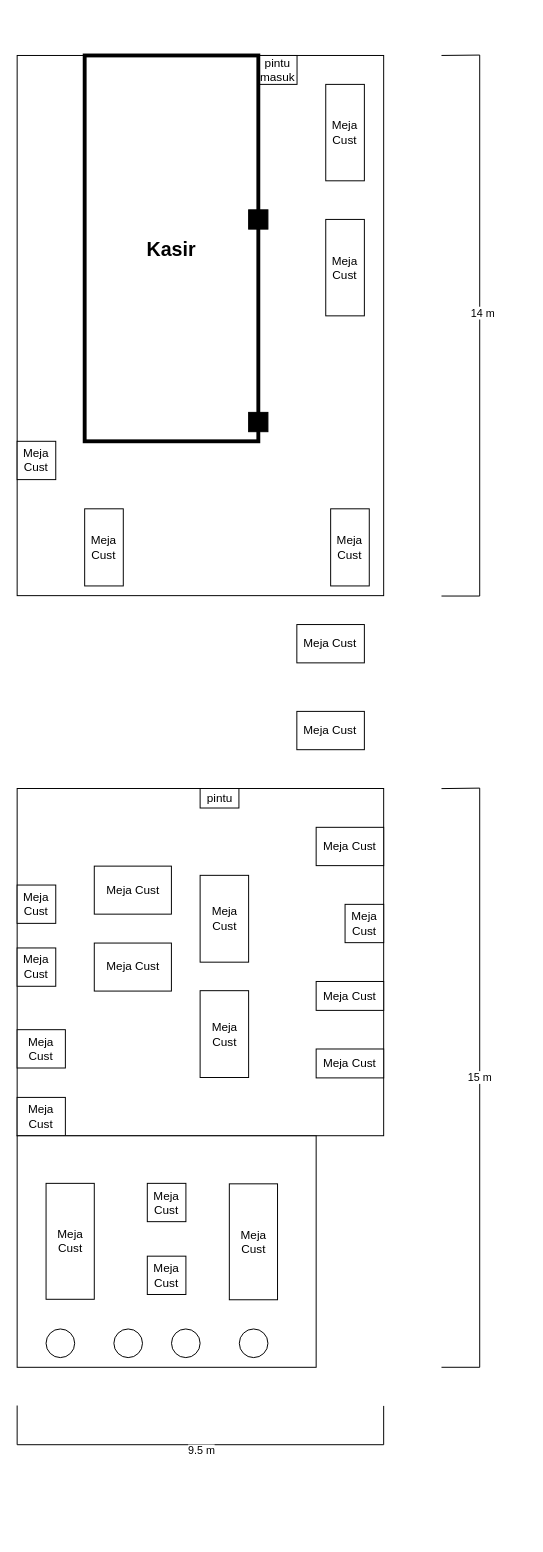
This is page "Majapahit" (3 of 3) of Denah Antarakata Trilogy.drawio from hnkzf/topologi-site, a draw.io file, before an edit. Source tidied: cells renumbered, new cells numbered last; positions are measured from the earlier drawing's top-left corner, leaving out a move shared by most shapes. Both pictures are drawn from the tidied source at 98%, with x=0, y=0 at pixel (17, 55).
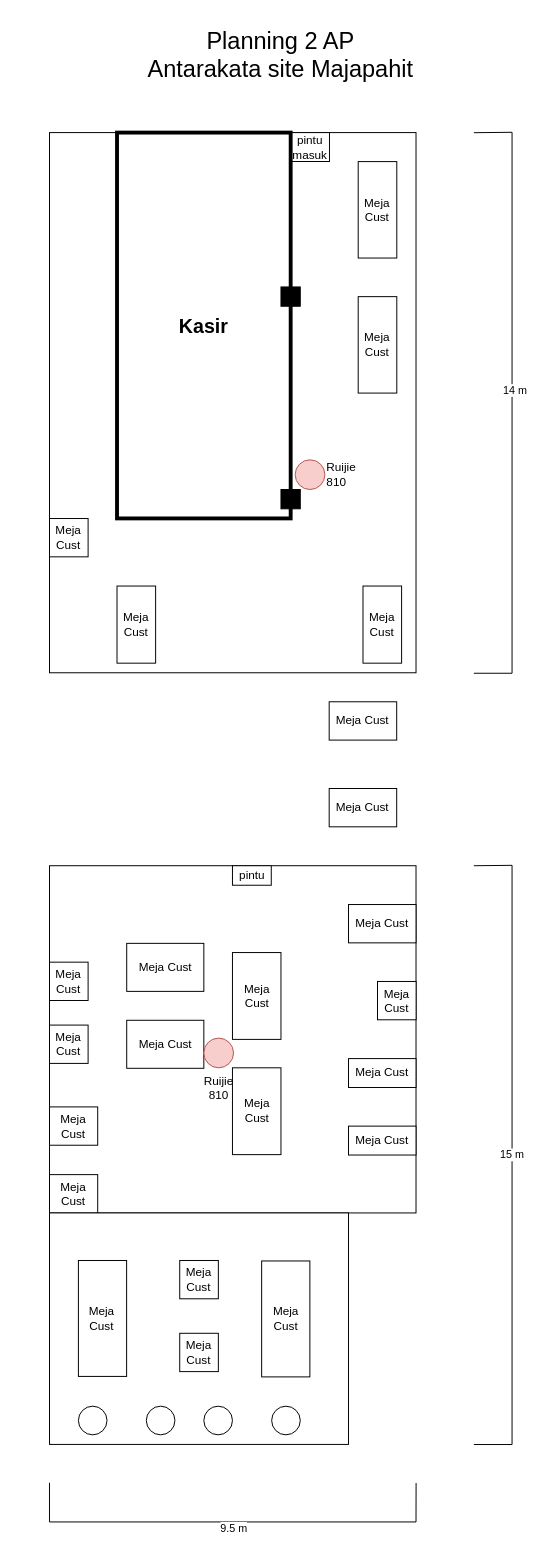
The same diagram, later.

Change to the diagram source:
```diff
@@
     <mxCell id="2" style="rounded=0;whiteSpace=wrap;html=1;" parent="1" vertex="1">
-      <mxGeometry y="0.1" width="374" height="551.2" as="geometry" />
+      <mxGeometry x="33" y="78.8" width="374" height="551.2" as="geometry" />
     </mxCell>
     <mxCell id="3" value="Meja&lt;div&gt;Cust&lt;/div&gt;" style="rounded=0;whiteSpace=wrap;html=1;" parent="1" vertex="1">
-      <mxGeometry x="314.9" y="29.6" width="39.4" height="98.4" as="geometry" />
+      <mxGeometry x="348" y="108.4" width="39.4" height="98.4" as="geometry" />
     </mxCell>
     <mxCell id="4" value="Meja Cust" style="rounded=0;whiteSpace=wrap;html=1;" parent="1" vertex="1">
-      <mxGeometry x="68.9" y="462.7" width="39.4" height="78.7" as="geometry" />
+      <mxGeometry x="101.9" y="541.5" width="39.4" height="78.7" as="geometry" />
     </mxCell>
     <mxCell id="5" style="rounded=0;whiteSpace=wrap;html=1;" parent="1" vertex="1">
-      <mxGeometry y="748.1" width="374" height="354.3" as="geometry" />
+      <mxGeometry x="33" y="826.9" width="374" height="354.3" as="geometry" />
     </mxCell>
     <mxCell id="6" value="Meja&lt;div&gt;Cust&lt;/div&gt;" style="rounded=0;whiteSpace=wrap;html=1;" parent="1" vertex="1">
-      <mxGeometry y="994.2" width="49.2" height="39.1" as="geometry" />
+      <mxGeometry x="33" y="1073" width="49.2" height="39.1" as="geometry" />
     </mxCell>
     <mxCell id="7" value="Meja&lt;div&gt;Cust&lt;/div&gt;" style="rounded=0;whiteSpace=wrap;html=1;" parent="1" vertex="1">
-      <mxGeometry y="1063.3" width="49.2" height="39.1" as="geometry" />
+      <mxGeometry x="33" y="1142.1" width="49.2" height="39.1" as="geometry" />
     </mxCell>
     <mxCell id="8" style="whiteSpace=wrap;html=1;" parent="1" vertex="1">
-      <mxGeometry y="1102.5" width="305.1" height="236.2" as="geometry" />
+      <mxGeometry x="33" y="1181.2" width="305.1" height="236.2" as="geometry" />
     </mxCell>
     <mxCell id="9" style="ellipse;whiteSpace=wrap;html=1;" parent="1" vertex="1">
-      <mxGeometry x="226.7" y="1299.6" width="29.2" height="29.2" as="geometry" />
+      <mxGeometry x="259.7" y="1378.4" width="29.2" height="29.2" as="geometry" />
     </mxCell>
     <mxCell id="10" style="ellipse;whiteSpace=wrap;html=1;" parent="1" vertex="1">
-      <mxGeometry x="157.5" y="1299.6" width="29.2" height="29.2" as="geometry" />
+      <mxGeometry x="190.5" y="1378.4" width="29.2" height="29.2" as="geometry" />
     </mxCell>
     <mxCell id="11" style="ellipse;whiteSpace=wrap;html=1;" parent="1" vertex="1">
-      <mxGeometry x="98.7" y="1299.6" width="29.2" height="29.2" as="geometry" />
+      <mxGeometry x="131.8" y="1378.4" width="29.2" height="29.2" as="geometry" />
     </mxCell>
     <mxCell id="12" style="ellipse;whiteSpace=wrap;html=1;" parent="1" vertex="1">
-      <mxGeometry x="29.5" y="1299.6" width="29.2" height="29.2" as="geometry" />
+      <mxGeometry x="62.5" y="1378.4" width="29.2" height="29.2" as="geometry" />
     </mxCell>
     <mxCell id="13" value="pintu" style="rounded=0;whiteSpace=wrap;html=1;" parent="1" vertex="1">
-      <mxGeometry x="186.7" y="748.1" width="39.6" height="19.9" as="geometry" />
+      <mxGeometry x="219.7" y="826.9" width="39.6" height="19.9" as="geometry" />
     </mxCell>
     <mxCell id="14" value="Meja Cust" style="rounded=0;whiteSpace=wrap;html=1;" parent="1" vertex="1">
-      <mxGeometry x="285.4" y="580.8" width="68.9" height="39.1" as="geometry" />
+      <mxGeometry x="318.4" y="659.6" width="68.9" height="39.1" as="geometry" />
     </mxCell>
     <mxCell id="15" value="Meja&lt;div&gt;Cust&lt;/div&gt;" style="rounded=0;whiteSpace=wrap;html=1;" parent="1" vertex="1">
-      <mxGeometry x="314.9" y="167.4" width="39.4" height="98.4" as="geometry" />
+      <mxGeometry x="348" y="246.2" width="39.4" height="98.4" as="geometry" />
     </mxCell>
     <mxCell id="16" value="Meja Cust" style="rounded=0;whiteSpace=wrap;html=1;" parent="1" vertex="1">
-      <mxGeometry x="319.9" y="462.7" width="39.4" height="78.7" as="geometry" />
+      <mxGeometry x="352.9" y="541.5" width="39.4" height="78.7" as="geometry" />
     </mxCell>
     <mxCell id="17" value="Meja Cust" style="rounded=0;whiteSpace=wrap;html=1;" parent="1" vertex="1">
-      <mxGeometry x="285.4" y="669.4" width="68.9" height="39.1" as="geometry" />
+      <mxGeometry x="318.4" y="748.1" width="68.9" height="39.1" as="geometry" />
     </mxCell>
     <mxCell id="18" value="Meja Cust" style="rounded=0;whiteSpace=wrap;html=1;" parent="1" vertex="1">
-      <mxGeometry x="305.1" y="787.7" width="68.9" height="39.1" as="geometry" />
+      <mxGeometry x="338.1" y="866.5" width="68.9" height="39.1" as="geometry" />
     </mxCell>
     <mxCell id="19" value="Meja Cust" style="rounded=0;whiteSpace=wrap;html=1;" parent="1" vertex="1">
-      <mxGeometry x="305.1" y="945" width="68.9" height="29.5" as="geometry" />
+      <mxGeometry x="338.1" y="1023.7" width="68.9" height="29.5" as="geometry" />
     </mxCell>
     <mxCell id="20" value="Meja Cust" style="rounded=0;whiteSpace=wrap;html=1;" parent="1" vertex="1">
-      <mxGeometry x="305.1" y="1013.9" width="68.9" height="29.5" as="geometry" />
+      <mxGeometry x="338.1" y="1092.6" width="68.9" height="29.5" as="geometry" />
     </mxCell>
     <mxCell id="21" value="Meja Cust" style="rounded=0;whiteSpace=wrap;html=1;" parent="1" vertex="1">
-      <mxGeometry x="78.7" y="827.3" width="78.7" height="49" as="geometry" />
+      <mxGeometry x="111.8" y="906.1" width="78.7" height="49" as="geometry" />
     </mxCell>
     <mxCell id="22" value="Meja Cust" style="rounded=0;whiteSpace=wrap;html=1;" parent="1" vertex="1">
-      <mxGeometry x="78.7" y="905.8" width="78.7" height="49" as="geometry" />
+      <mxGeometry x="111.8" y="984.6" width="78.7" height="49" as="geometry" />
     </mxCell>
     <mxCell id="23" value="Meja Cust" style="rounded=0;whiteSpace=wrap;html=1;" parent="1" vertex="1">
-      <mxGeometry x="186.7" y="836.7" width="49.5" height="88.6" as="geometry" />
+      <mxGeometry x="219.7" y="915.5" width="49.5" height="88.6" as="geometry" />
     </mxCell>
     <mxCell id="24" value="Meja Cust" style="rounded=0;whiteSpace=wrap;html=1;" parent="1" vertex="1">
-      <mxGeometry x="216.5" y="1151.5" width="49.2" height="118.3" as="geometry" />
+      <mxGeometry x="249.5" y="1230.2" width="49.2" height="118.3" as="geometry" />
     </mxCell>
     <mxCell id="25" value="Meja Cust" style="rounded=0;whiteSpace=wrap;html=1;" parent="1" vertex="1">
-      <mxGeometry x="186.7" y="954.4" width="49.5" height="88.6" as="geometry" />
+      <mxGeometry x="219.7" y="1033.1" width="49.5" height="88.6" as="geometry" />
     </mxCell>
     <mxCell id="26" value="Meja&lt;div&gt;Cust&lt;/div&gt;" style="rounded=0;whiteSpace=wrap;html=1;" parent="1" vertex="1">
-      <mxGeometry y="910.8" width="39.4" height="39.1" as="geometry" />
+      <mxGeometry x="33" y="989.5" width="39.4" height="39.1" as="geometry" />
     </mxCell>
     <mxCell id="27" value="Meja&lt;div&gt;Cust&lt;/div&gt;" style="rounded=0;whiteSpace=wrap;html=1;" parent="1" vertex="1">
-      <mxGeometry x="334.6" y="866.3" width="39.4" height="39.1" as="geometry" />
+      <mxGeometry x="367.7" y="945" width="39.4" height="39.1" as="geometry" />
     </mxCell>
     <mxCell id="28" value="Meja Cust" style="rounded=0;whiteSpace=wrap;html=1;" parent="1" vertex="1">
-      <mxGeometry x="29.5" y="1151" width="49.2" height="118.3" as="geometry" />
+      <mxGeometry x="62.5" y="1229.7" width="49.2" height="118.3" as="geometry" />
     </mxCell>
     <mxCell id="29" value="Meja&lt;div&gt;Cust&lt;/div&gt;" style="rounded=0;whiteSpace=wrap;html=1;" parent="1" vertex="1">
-      <mxGeometry x="132.8" y="1151" width="39.4" height="39.1" as="geometry" />
+      <mxGeometry x="165.9" y="1229.7" width="39.4" height="39.1" as="geometry" />
     </mxCell>
     <mxCell id="30" value="Meja&lt;div&gt;Cust&lt;/div&gt;" style="rounded=0;whiteSpace=wrap;html=1;" parent="1" vertex="1">
-      <mxGeometry x="132.8" y="1225.3" width="39.4" height="39.1" as="geometry" />
+      <mxGeometry x="165.9" y="1304" width="39.4" height="39.1" as="geometry" />
     </mxCell>
     <mxCell id="31" value="Meja&lt;div&gt;Cust&lt;/div&gt;" style="rounded=0;whiteSpace=wrap;html=1;" parent="1" vertex="1">
-      <mxGeometry y="846.6" width="39.4" height="39.1" as="geometry" />
+      <mxGeometry x="33" y="925.3" width="39.4" height="39.1" as="geometry" />
     </mxCell>
     <mxCell id="32" value="Meja&lt;div&gt;Cust&lt;/div&gt;" style="rounded=0;whiteSpace=wrap;html=1;" parent="1" vertex="1">
-      <mxGeometry y="393.8" width="39.4" height="39.1" as="geometry" />
+      <mxGeometry x="33" y="472.6" width="39.4" height="39.1" as="geometry" />
     </mxCell>
     <mxCell id="33" style="rounded=0;whiteSpace=wrap;html=1;fillStyle=solid;fillColor=#000000;" parent="1" vertex="1">
-      <mxGeometry x="236.2" y="364.3" width="19.7" height="19.7" as="geometry" />
+      <mxGeometry x="269.2" y="443" width="19.7" height="19.7" as="geometry" />
     </mxCell>
     <mxCell id="34" style="rounded=0;whiteSpace=wrap;html=1;fillStyle=solid;fillColor=#000000;" parent="1" vertex="1">
-      <mxGeometry x="236.2" y="157.6" width="19.7" height="19.7" as="geometry" />
+      <mxGeometry x="269.2" y="236.3" width="19.7" height="19.7" as="geometry" />
     </mxCell>
     <mxCell id="35" style="endArrow=none;html=1;rounded=0;" parent="1" edge="1">
       <mxGeometry relative="1" as="geometry">
-        <mxPoint x="433" y="0.1" as="sourcePoint" />
-        <mxPoint x="433" y="551.7" as="targetPoint" />
+        <mxPoint x="466.1" y="78.9" as="sourcePoint" />
+        <mxPoint x="466" y="630.5" as="targetPoint" />
         <Array as="points">
-          <mxPoint x="472" y="-0.3" />
-          <mxPoint x="472" y="551.7" />
+          <mxPoint x="505" y="78.5" />
+          <mxPoint x="505" y="630.5" />
         </Array>
       </mxGeometry>
     </mxCell>
@@
     <mxCell id="37" value="15 m" style="endArrow=none;html=1;rounded=0;" parent="1" edge="1">
       <mxGeometry relative="1" as="geometry">
-        <mxPoint x="433" y="1338.7" as="sourcePoint" />
-        <mxPoint x="433" y="748.2" as="targetPoint" />
+        <mxPoint x="466" y="1417.5" as="sourcePoint" />
+        <mxPoint x="466" y="826.9" as="targetPoint" />
         <Array as="points">
-          <mxPoint x="472" y="1338.7" />
-          <mxPoint x="472" y="747.7" />
+          <mxPoint x="505" y="1417.5" />
+          <mxPoint x="505" y="826.5" />
         </Array>
       </mxGeometry>
     </mxCell>
     <mxCell id="38" style="endArrow=none;html=1;rounded=0;" parent="1" edge="1">
       <mxGeometry relative="1" as="geometry">
-        <mxPoint y="1377.7" as="sourcePoint" />
-        <mxPoint x="374" y="1378.1" as="targetPoint" />
+        <mxPoint x="33" y="1456.5" as="sourcePoint" />
+        <mxPoint x="407.1" y="1456.8" as="targetPoint" />
         <Array as="points">
-          <mxPoint y="1417.7" />
-          <mxPoint x="374" y="1417.7" />
+          <mxPoint x="33" y="1496.5" />
+          <mxPoint x="407" y="1496.5" />
         </Array>
       </mxGeometry>
     </mxCell>
@@
     <mxCell id="40" value="pintu&lt;div&gt;masuk&lt;/div&gt;" style="rounded=0;whiteSpace=wrap;html=1;" parent="1" vertex="1">
-      <mxGeometry x="246" y="0.1" width="39.6" height="29.5" as="geometry" />
+      <mxGeometry x="279.1" y="78.8" width="39.6" height="29.5" as="geometry" />
     </mxCell>
     <mxCell id="41" value="Kasir" style="rounded=0;whiteSpace=wrap;html=1;strokeWidth=3.937;fontSize=20;fontStyle=1;fillColor=none;" parent="1" vertex="1">
-      <mxGeometry x="68.9" y="0.1" width="177.2" height="393.7" as="geometry" />
+      <mxGeometry x="101.9" y="78.8" width="177.2" height="393.7" as="geometry" />
     </mxCell>
+    <mxCell id="42" value="Ruijie&lt;div&gt;810&lt;/div&gt;" style="ellipse;whiteSpace=wrap;html=1;fillColor=#f8cecc;strokeColor=#b85450;labelPosition=right;verticalLabelPosition=middle;align=left;verticalAlign=middle;" parent="1" vertex="1">
+      <mxGeometry x="283.7" y="412.7" width="30.3" height="30.3" as="geometry" />
+    </mxCell>
+    <mxCell id="43" value="Ruijie&lt;div&gt;810&lt;/div&gt;" style="ellipse;whiteSpace=wrap;html=1;fillColor=#f8cecc;strokeColor=#b85450;labelPosition=center;verticalLabelPosition=bottom;align=center;verticalAlign=top;" parent="1" vertex="1">
+      <mxGeometry x="190.5" y="1002.8" width="30.3" height="30.3" as="geometry" />
+    </mxCell>
+    <mxCell id="44" value="Planning 2 AP&lt;div&gt;Antarakata site Majapahit&lt;/div&gt;" style="text;html=1;whiteSpace=wrap;strokeColor=none;fillColor=none;align=center;verticalAlign=middle;rounded=0;fontSize=24;" parent="1" vertex="1">
+      <mxGeometry x="111" y="-39.6" width="316.2" height="78.8" as="geometry" />
+    </mxCell>
```
